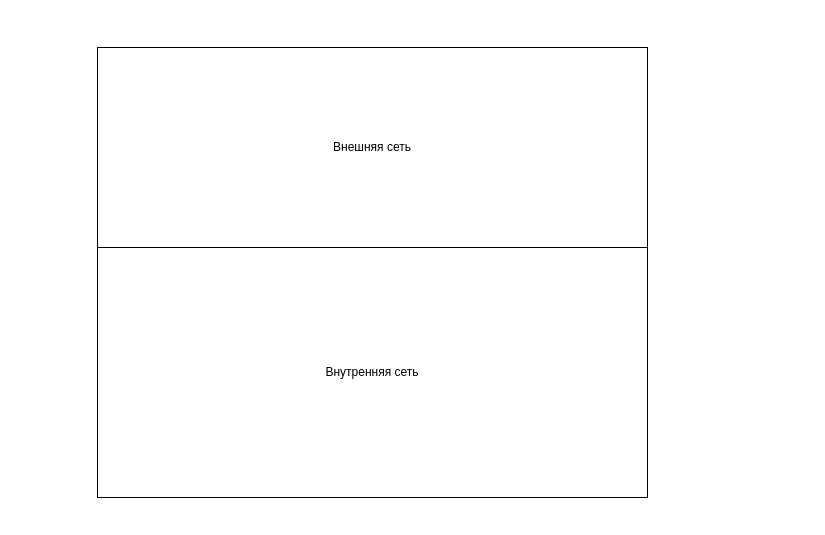
Before: Skill.drawio in lesha1980/Student, a draw.io diagram. Source tidied: cells renumbered, new cells numbered last; positions are measured from the earlier drawing's top-left corner, leaving out a move shared by most shapes. Both pictures are drawn from the tidied source at 100%, with x=0, y=0 at pixel (97, 47).
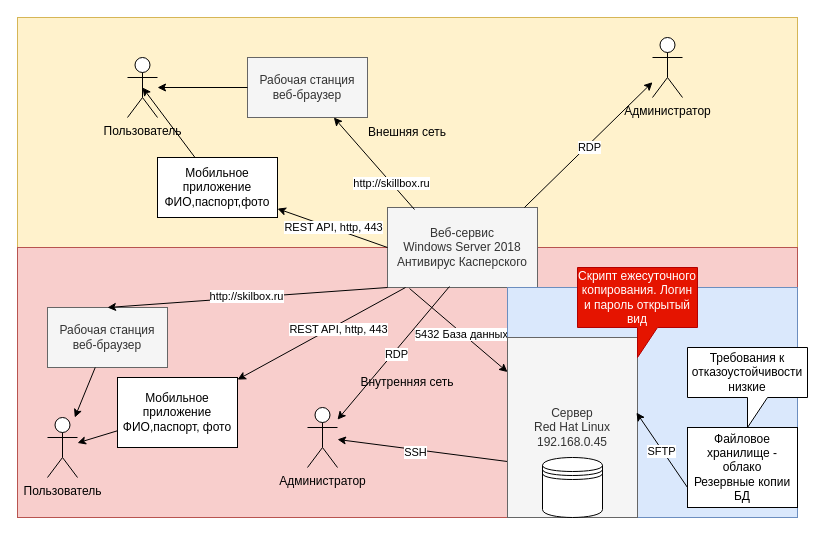
The same page after the edit.

Change to the diagram source:
```diff
@@
+    <mxCell id="3" value="Внешняя сеть" style="rounded=0;whiteSpace=wrap;html=1;fillColor=#fff2cc;strokeColor=#d6b656;" parent="1" vertex="1">
+      <mxGeometry x="-80" y="-30" width="780" height="230" as="geometry" />
+    </mxCell>
-    <mxCell id="2" value="Внутренняя сеть" style="rounded=0;whiteSpace=wrap;html=1;" parent="1" vertex="1">
-      <mxGeometry y="200" width="550" height="250" as="geometry" />
+    <mxCell id="2" value="Внутренняя сеть" style="rounded=0;whiteSpace=wrap;html=1;fillColor=#f8cecc;strokeColor=#b85450;" parent="1" vertex="1">
+      <mxGeometry x="-80" y="200" width="780" height="270" as="geometry" />
     </mxCell>
-    <mxCell id="3" value="Внешняя сеть" style="rounded=0;whiteSpace=wrap;html=1;" parent="1" vertex="1">
-      <mxGeometry width="550" height="200" as="geometry" />
-    </mxCell>
+    <mxCell id="4" value="Веб-сервис&lt;br&gt;Windows Server 2018&lt;br&gt;Антивирус Касперского" style="rounded=0;whiteSpace=wrap;html=1;fillColor=#f5f5f5;fontColor=#333333;strokeColor=#666666;" parent="1" vertex="1">
+      <mxGeometry x="290" y="160" width="150" height="80" as="geometry" />
+    </mxCell>
+    <mxCell id="5" value="Пользователь" style="shape=umlActor;verticalLabelPosition=bottom;verticalAlign=top;html=1;outlineConnect=0;" parent="1" vertex="1">
+      <mxGeometry x="30" y="10" width="30" height="60" as="geometry" />
+    </mxCell>
+    <mxCell id="6" value="Пользователь&lt;br&gt;" style="shape=umlActor;verticalLabelPosition=bottom;verticalAlign=top;html=1;outlineConnect=0;" parent="1" vertex="1">
+      <mxGeometry x="-50" y="370" width="30" height="60" as="geometry" />
+    </mxCell>
+    <mxCell id="7" value="Рабочая станция&lt;br&gt;веб-браузер&lt;br&gt;" style="rounded=0;whiteSpace=wrap;html=1;fillColor=#f5f5f5;fontColor=#333333;strokeColor=#666666;" parent="1" vertex="1">
+      <mxGeometry x="150" y="10" width="120" height="60" as="geometry" />
+    </mxCell>
+    <mxCell id="8" value="Рабочая станция&lt;br&gt;веб-браузер" style="rounded=0;whiteSpace=wrap;html=1;fillColor=#f5f5f5;fontColor=#333333;strokeColor=#666666;" parent="1" vertex="1">
+      <mxGeometry x="-50" y="260" width="120" height="60" as="geometry" />
+    </mxCell>
+    <mxCell id="9" style="endArrow=classic;html=1;rounded=0;" parent="1" edge="1" source="7" target="5">
+      <mxGeometry relative="1" as="geometry" />
+    </mxCell>
+    <mxCell id="10" style="endArrow=classic;html=1;rounded=0;" parent="1" edge="1" source="8" target="6">
+      <mxGeometry relative="1" as="geometry" />
+    </mxCell>
+    <mxCell id="11" style="endArrow=classic;html=1;rounded=0;exitX=0.18;exitY=0.025;exitDx=0;exitDy=0;exitPerimeter=0;" parent="1" edge="1" source="4" target="7">
+      <mxGeometry relative="1" as="geometry" />
+    </mxCell>
+    <mxCell id="12" value="http://skillbox.ru" style="edgeLabel;html=1;align=center;verticalAlign=middle;" parent="11" vertex="1">
+      <mxGeometry x="-0.43" relative="1" as="geometry" />
+    </mxCell>
+    <mxCell id="13" style="endArrow=classic;html=1;rounded=0;entryX=0.5;entryY=0;entryDx=0;entryDy=0;exitX=0;exitY=1;exitDx=0;exitDy=0;" parent="1" edge="1" source="4" target="8">
+      <mxGeometry relative="1" as="geometry" />
+    </mxCell>
+    <mxCell id="14" value="http://skilbox.ru" style="edgeLabel;html=1;align=center;verticalAlign=middle;" parent="13" vertex="1">
+      <mxGeometry x="0.01" y="-2" relative="1" as="geometry" />
+    </mxCell>
+    <mxCell id="15" style="endArrow=classic;html=1;rounded=0;exitX=0.147;exitY=1.013;exitDx=0;exitDy=0;exitPerimeter=0;" parent="1" edge="1" source="4" target="32">
+      <mxGeometry relative="1" as="geometry" />
+    </mxCell>
+    <mxCell id="16" value="5432 База данных" style="edgeLabel;html=1;align=center;verticalAlign=middle;" parent="15" vertex="1">
+      <mxGeometry x="0.07" y="-1" relative="1" as="geometry" />
+    </mxCell>
+    <mxCell id="17" value="Администратор" style="shape=umlActor;verticalLabelPosition=bottom;verticalAlign=top;html=1;outlineConnect=0;" parent="1" vertex="1">
+      <mxGeometry x="210" y="360" width="30" height="60" as="geometry" />
+    </mxCell>
+    <mxCell id="18" style="endArrow=classic;html=1;rounded=0;exitX=0;exitY=0.689;exitDx=0;exitDy=0;exitPerimeter=0;" parent="1" edge="1" source="32" target="17">
+      <mxGeometry relative="1" as="geometry" />
+    </mxCell>
+    <mxCell id="19" value="SSH" style="edgeLabel;html=1;align=center;verticalAlign=middle;" parent="18" vertex="1">
+      <mxGeometry x="0.08" y="2" relative="1" as="geometry" />
+    </mxCell>
+    <mxCell id="20" value="Администратор" style="shape=umlActor;verticalLabelPosition=bottom;verticalAlign=top;html=1;outlineConnect=0;" parent="1" vertex="1">
+      <mxGeometry x="555" y="-10" width="30" height="60" as="geometry" />
+    </mxCell>
+    <mxCell id="21" style="endArrow=classic;html=1;rounded=0;exitX=0.913;exitY=0;exitDx=0;exitDy=0;exitPerimeter=0;" parent="1" edge="1" source="4" target="20">
+      <mxGeometry relative="1" as="geometry" />
+    </mxCell>
+    <mxCell id="22" value="RDP" style="edgeLabel;html=1;align=center;verticalAlign=middle;" parent="21" vertex="1">
+      <mxGeometry x="-0.01" y="-2" relative="1" as="geometry" />
+    </mxCell>
+    <mxCell id="23" value="Мобильное приложение&lt;br&gt;ФИО,паспорт,фото" style="rounded=0;whiteSpace=wrap;html=1;" parent="1" vertex="1">
+      <mxGeometry x="60" y="110" width="120" height="60" as="geometry" />
+    </mxCell>
+    <mxCell id="24" style="endArrow=classic;html=1;rounded=0;exitX=0;exitY=0.5;exitDx=0;exitDy=0;" parent="1" edge="1" source="4" target="23">
+      <mxGeometry relative="1" as="geometry" />
+    </mxCell>
+    <mxCell id="25" value="REST API, http, 443" style="edgeLabel;html=1;align=center;verticalAlign=middle;" parent="24" vertex="1">
+      <mxGeometry y="-1" relative="1" as="geometry" />
+    </mxCell>
+    <mxCell id="26" value="Мобильное приложение&lt;br&gt;ФИО,паспорт, фото" style="rounded=0;whiteSpace=wrap;html=1;" parent="1" vertex="1">
+      <mxGeometry x="20" y="330" width="120" height="70" as="geometry" />
+    </mxCell>
+    <mxCell id="27" style="endArrow=classic;html=1;rounded=0;entryX=0.5;entryY=0.5;entryDx=0;entryDy=0;entryPerimeter=0;" parent="1" edge="1" source="23" target="5">
+      <mxGeometry relative="1" as="geometry" />
+    </mxCell>
+    <mxCell id="28" style="endArrow=classic;html=1;rounded=0;exitX=0.12;exitY=1;exitDx=0;exitDy=0;exitPerimeter=0;" parent="1" edge="1" source="4" target="26">
+      <mxGeometry relative="1" as="geometry" />
+    </mxCell>
+    <mxCell id="29" value="REST API, http, 443" style="edgeLabel;html=1;align=center;verticalAlign=middle;" parent="28" vertex="1">
+      <mxGeometry x="-0.18" y="3" relative="1" as="geometry">
+        <mxPoint y="1" as="offset" />
+      </mxGeometry>
+    </mxCell>
+    <mxCell id="30" style="endArrow=classic;html=1;rounded=0;" parent="1" edge="1" source="26" target="6">
+      <mxGeometry relative="1" as="geometry" />
+    </mxCell>
+    <mxCell id="31" style="rounded=0;whiteSpace=wrap;html=1;fillColor=#dae8fc;strokeColor=#6c8ebf;" parent="1" vertex="1">
+      <mxGeometry x="410" y="240" width="290" height="230" as="geometry" />
+    </mxCell>
+    <mxCell id="32" value="Сервер&lt;br&gt;Red Hat Linux&lt;br&gt;192.168.0.45" style="rounded=0;whiteSpace=wrap;html=1;fillColor=#f5f5f5;fontColor=#333333;strokeColor=#666666;" parent="1" vertex="1">
+      <mxGeometry x="410" y="290" width="130" height="180" as="geometry" />
+    </mxCell>
+    <mxCell id="33" style="shape=datastore;whiteSpace=wrap;html=1;" parent="1" vertex="1">
+      <mxGeometry x="445" y="410" width="60" height="60" as="geometry" />
+    </mxCell>
+    <mxCell id="34" value="Файловое хранилище - облако&lt;br&gt;Резервные копии БД" style="rounded=0;whiteSpace=wrap;html=1;" parent="1" vertex="1">
+      <mxGeometry x="590" y="380" width="110" height="80" as="geometry" />
+    </mxCell>
+    <mxCell id="35" style="endArrow=classic;html=1;rounded=0;entryX=0.992;entryY=0.417;entryDx=0;entryDy=0;entryPerimeter=0;exitX=0;exitY=0.75;exitDx=0;exitDy=0;" parent="1" edge="1" source="34" target="32">
+      <mxGeometry relative="1" as="geometry" />
+    </mxCell>
+    <mxCell id="36" value="SFTP" style="edgeLabel;html=1;align=center;verticalAlign=middle;" parent="35" vertex="1">
+      <mxGeometry x="-0.01" y="1" relative="1" as="geometry" />
+    </mxCell>
+    <mxCell id="37" value="Скрипт ежесуточного копирования. Логин и пароль открытый вид" style="shape=callout;whiteSpace=wrap;html=1;perimeter=calloutPerimeter;fillColor=#e51400;fontColor=#ffffff;strokeColor=#B20000;" parent="1" vertex="1">
+      <mxGeometry x="480" y="220" width="120" height="90" as="geometry" />
+    </mxCell>
+    <mxCell id="38" value="Требования к отказоустойчивости низкие" style="shape=callout;whiteSpace=wrap;html=1;perimeter=calloutPerimeter;" parent="1" vertex="1">
+      <mxGeometry x="590" y="300" width="120" height="80" as="geometry" />
+    </mxCell>
+    <mxCell id="39" style="endArrow=classic;html=1;rounded=0;exitX=0.413;exitY=0.988;exitDx=0;exitDy=0;exitPerimeter=0;" parent="1" edge="1" source="4" target="17">
+      <mxGeometry relative="1" as="geometry" />
+    </mxCell>
+    <mxCell id="40" value="RDP" style="edgeLabel;html=1;align=center;verticalAlign=middle;" parent="39" vertex="1">
+      <mxGeometry x="-0.01" y="2" relative="1" as="geometry" />
+    </mxCell>
```
